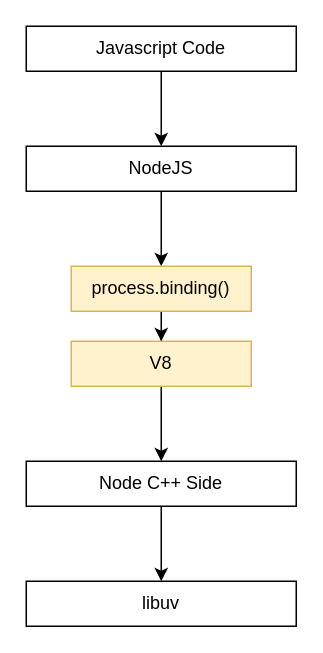
This is Diagrams/NodeJSArchitecture.drawio from jeftegoes/NodeJSOverviewAndExamples, a draw.io file, before an edit. Source tidied: cells renumbered, new cells numbered last; positions are measured from the earlier drawing's top-left corner, leaving out a move shared by most shapes. Both pictures are drawn from the tidied source at 150%, with x=0, y=0 at pixel (26, 26).
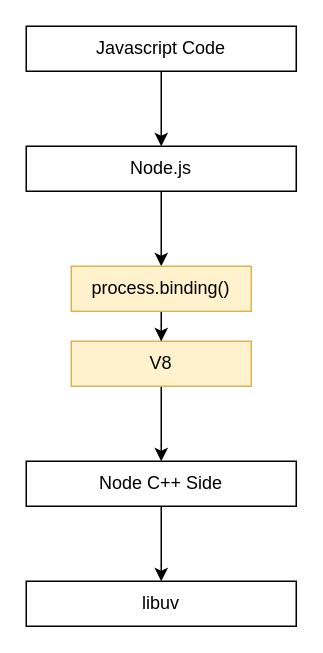
After the change.

Diff of the diagram source:
```diff
@@
 <mxGraphModel>
   <root>
     <mxCell id="0" />
     <mxCell id="1" parent="0" />
     <mxCell id="2" style="edgeStyle=orthogonalEdgeStyle;rounded=0;jettySize=auto;html=1;entryX=0.5;entryY=0;entryDx=0;entryDy=0;" parent="1" edge="1" source="3" target="5">
       <mxGeometry relative="1" as="geometry" />
     </mxCell>
     <mxCell id="3" value="Javascript Code" style="rounded=0;whiteSpace=wrap;html=1;" parent="1" vertex="1">
       <mxGeometry width="180" height="30" as="geometry" />
     </mxCell>
     <mxCell id="4" style="edgeStyle=orthogonalEdgeStyle;rounded=0;jettySize=auto;html=1;entryX=0.5;entryY=0;entryDx=0;entryDy=0;" parent="1" edge="1" source="5" target="7">
       <mxGeometry relative="1" as="geometry" />
     </mxCell>
-    <mxCell id="5" value="NodeJS" style="rounded=0;whiteSpace=wrap;html=1;" parent="1" vertex="1">
+    <mxCell id="5" value="Node.js" style="rounded=0;whiteSpace=wrap;html=1;" parent="1" vertex="1">
       <mxGeometry y="80" width="180" height="30" as="geometry" />
     </mxCell>
     <mxCell id="6" style="edgeStyle=orthogonalEdgeStyle;rounded=0;jettySize=auto;html=1;entryX=0.5;entryY=0;entryDx=0;entryDy=0;" parent="1" edge="1" source="7" target="9">
       <mxGeometry relative="1" as="geometry" />
     </mxCell>
     <mxCell id="7" value="process.binding()" style="rounded=0;whiteSpace=wrap;html=1;fillColor=#fff2cc;strokeColor=#d6b656;" parent="1" vertex="1">
       <mxGeometry x="30" y="160" width="120" height="30" as="geometry" />
     </mxCell>
     <mxCell id="8" style="edgeStyle=orthogonalEdgeStyle;rounded=0;jettySize=auto;html=1;entryX=0.5;entryY=0;entryDx=0;entryDy=0;" parent="1" edge="1" source="9" target="11">
       <mxGeometry relative="1" as="geometry" />
     </mxCell>
     <mxCell id="9" value="V8" style="rounded=0;whiteSpace=wrap;html=1;fillColor=#fff2cc;strokeColor=#d6b656;" parent="1" vertex="1">
       <mxGeometry x="30" y="210" width="120" height="30" as="geometry" />
     </mxCell>
     <mxCell id="10" style="edgeStyle=orthogonalEdgeStyle;rounded=0;jettySize=auto;html=1;entryX=0.5;entryY=0;entryDx=0;entryDy=0;" parent="1" edge="1" source="11" target="12">
       <mxGeometry relative="1" as="geometry" />
     </mxCell>
     <mxCell id="11" value="Node C++ Side" style="rounded=0;whiteSpace=wrap;html=1;" parent="1" vertex="1">
       <mxGeometry y="290" width="180" height="30" as="geometry" />
     </mxCell>
     <mxCell id="12" value="libuv" style="rounded=0;whiteSpace=wrap;html=1;" parent="1" vertex="1">
       <mxGeometry y="370" width="180" height="30" as="geometry" />
     </mxCell>
   </root>
 </mxGraphModel>
```
